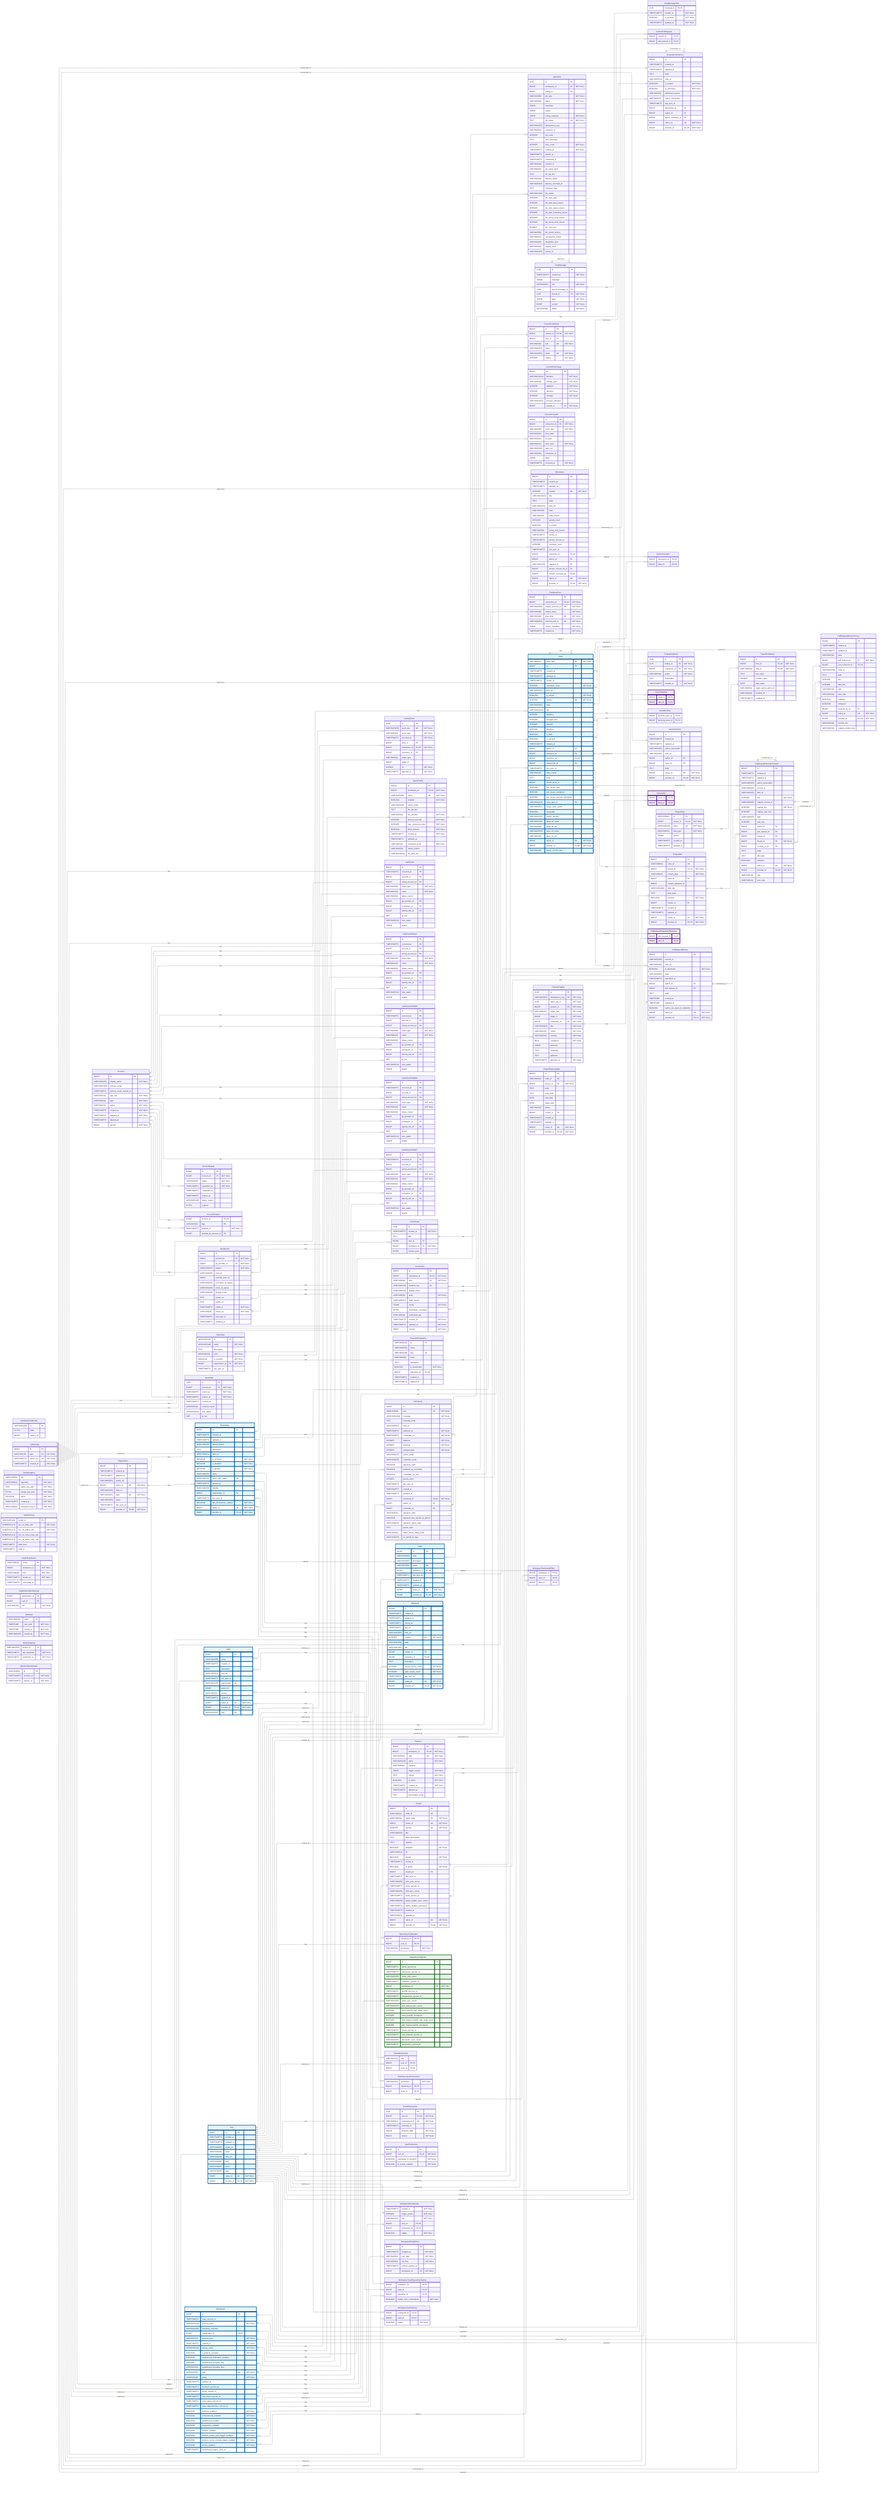
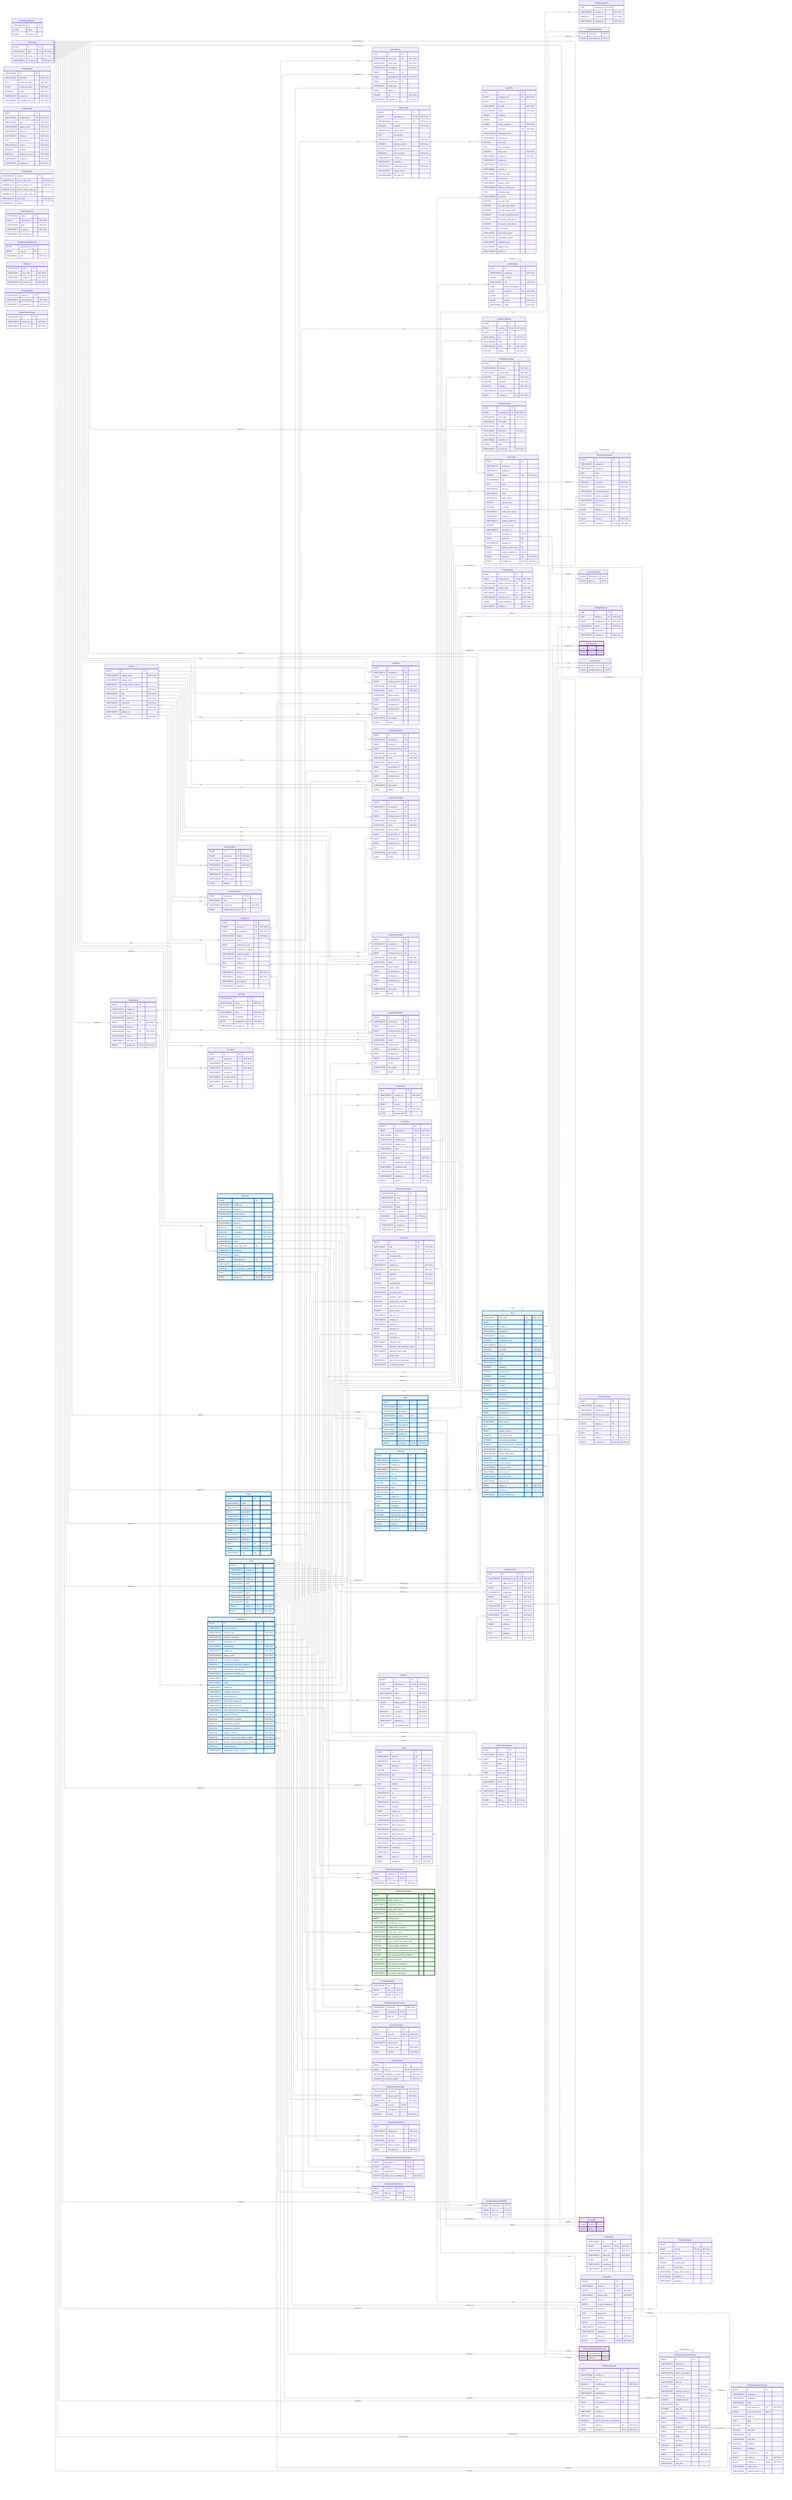
---
config:
    layout: elk
---
erDiagram
    %% Generated automatically from PostgreSQL database schema
    %% using scripts/generate-mermaid-erd.ts
    %% To regenerate: pnpm run db:generate-erd-docs

    direction LR

    Account {
        BIGINT id PK
        VARCHAR(255) display_name "NOT NULL"
        USER-DEFINED primary_email
        TIMESTAMPTZ primary_email_verified_at
        VARCHAR(16) app_role "NOT NULL"
        VARCHAR(16) type "NOT NULL"
        VARCHAR(16) status "NOT NULL"
        TIMESTAMPTZ created_at "NOT NULL"
        TIMESTAMPTZ updated_at "NOT NULL"
        TIMESTAMPTZ deleted_at
        BIGINT version "NOT NULL"
    }

    AccountExport {
        BIGINT id PK
        BIGINT account_id FK "NOT NULL"
        VARCHAR(16) status "NOT NULL"
        TIMESTAMPTZ requested_at "NOT NULL"
        TIMESTAMPTZ completed_at
        TIMESTAMPTZ expires_at
        VARCHAR(128) failure_reason
        BYTEA payload
    }

    AccountFeature {
        BIGINT account_id PK,FK
        VARCHAR(64) flag PK
        TIMESTAMPTZ enabled_at "NOT NULL"
        BIGINT enabled_by_account_id FK
    }

    ActivityEvent {
        UUID id PK
        VARCHAR(255) event_key UK "NOT NULL"
        VARCHAR(64) event_type "NOT NULL"
        TIMESTAMPTZ occurred_at "NOT NULL"
        BIGINT actor_id FK
        BIGINT workspace_id FK,UK "NOT NULL"
        BIGINT repository_id FK
        VARCHAR(32) target_type
        BIGINT target_id
        DOUBLE xp "NOT NULL"
        TIMESTAMPTZ ingested_at "NOT NULL"
    }

    AgentConfig {
        BIGINT id PK
        BIGINT workspace_id FK,UK "NOT NULL"
        VARCHAR(100) name UK "NOT NULL"
        BOOLEAN enabled "NOT NULL"
        VARCHAR(128) model_name
        TEXT llm_api_key
        VARCHAR(32) llm_provider "NOT NULL"
        INTEGER timeout_seconds "NOT NULL"
        INTEGER max_concurrent_jobs "NOT NULL"
        BOOLEAN allow_internet "NOT NULL"
        TIMESTAMPTZ created_at "NOT NULL"
        TIMESTAMPTZ updated_at
        VARCHAR(16) credential_mode "NOT NULL"
        VARCHAR(50) model_version
        VARCHAR(2048) llm_base_url
    }

    AgentJob {
        UUID id PK
        BIGINT workspace_id FK "NOT NULL"
        BIGINT config_id FK
        VARCHAR(50) job_type "NOT NULL"
        VARCHAR(20) status "NOT NULL"
        JSONB metadata
        JSONB output
        JSONB config_snapshot "NOT NULL"
        TEXT job_token UK "NOT NULL"
        VARCHAR(255) idempotency_key
        VARCHAR(64) container_id
        INTEGER exit_code
        TEXT error_message
        INTEGER retry_count "NOT NULL"
        TIMESTAMPTZ created_at "NOT NULL"
        TIMESTAMPTZ started_at
        TIMESTAMPTZ completed_at
        VARCHAR(64) network_id
        VARCHAR(64) job_token_hash
        TEXT llm_api_key
        VARCHAR(20) delivery_status
        VARCHAR(255) delivery_comment_id
        TEXT container_logs
        VARCHAR(100) llm_model
        INTEGER llm_total_calls
        INTEGER llm_total_input_tokens
        INTEGER llm_total_output_tokens
        INTEGER llm_total_reasoning_tokens
        INTEGER llm_cache_read_tokens
        INTEGER llm_cache_write_tokens
        DOUBLE llm_cost_usd
        VARCHAR(50) llm_model_version
        VARCHAR(32) cancellation_reason
        VARCHAR(48) integration_kind
        VARCHAR(48) subject_class
        VARCHAR(255) worker_id
    }

    AuthEvent {
        BIGINT id PK
        TIMESTAMPTZ occurred_at PK
        BIGINT account_id FK
        BIGINT acting_account_id FK
        VARCHAR(48) event_type "NOT NULL"
        VARCHAR(16) result "NOT NULL"
        VARCHAR(64) failure_reason
        BIGINT git_provider_id FK
        BIGINT workspace_id FK
        BIGINT identity_link_id FK
        INET ip_inet
        VARCHAR(512) user_agent
        JSONB details
    }

    AuthEventDefault {
        BIGINT id PK
        TIMESTAMPTZ occurred_at PK
        BIGINT account_id FK
        BIGINT acting_account_id FK
        VARCHAR(48) event_type "NOT NULL"
        VARCHAR(16) result "NOT NULL"
        VARCHAR(64) failure_reason
        BIGINT git_provider_id FK
        BIGINT workspace_id FK
        BIGINT identity_link_id FK
        INET ip_inet
        VARCHAR(512) user_agent
        JSONB details
    }

    AuthEventP202605 {
        BIGINT id PK
        TIMESTAMPTZ occurred_at PK
        BIGINT account_id FK
        BIGINT acting_account_id FK
        VARCHAR(48) event_type "NOT NULL"
        VARCHAR(16) result "NOT NULL"
        VARCHAR(64) failure_reason
        BIGINT git_provider_id FK
        BIGINT workspace_id FK
        BIGINT identity_link_id FK
        INET ip_inet
        VARCHAR(512) user_agent
        JSONB details
    }

    AuthEventP202606 {
        BIGINT id PK
        TIMESTAMPTZ occurred_at PK
        BIGINT account_id FK
        BIGINT acting_account_id FK
        VARCHAR(48) event_type "NOT NULL"
        VARCHAR(16) result "NOT NULL"
        VARCHAR(64) failure_reason
        BIGINT git_provider_id FK
        BIGINT workspace_id FK
        BIGINT identity_link_id FK
        INET ip_inet
        VARCHAR(512) user_agent
        JSONB details
    }

    AuthEventP202607 {
        BIGINT id PK
        TIMESTAMPTZ occurred_at PK
        BIGINT account_id FK
        BIGINT acting_account_id FK
        VARCHAR(48) event_type "NOT NULL"
        VARCHAR(16) result "NOT NULL"
        VARCHAR(64) failure_reason
        BIGINT git_provider_id FK
        BIGINT workspace_id FK
        BIGINT identity_link_id FK
        INET ip_inet
        VARCHAR(512) user_agent
        JSONB details
    }

    AuthRateLimitBucket {
        VARCHAR(255) id PK
        BYTEA state
        BIGINT expires_at
    }

    ChatMessage {
        UUID id PK
        TIMESTAMPTZ created_at "NOT NULL"
        JSONB metadata
        VARCHAR(16) role "NOT NULL"
        UUID parent_message_id FK
        UUID thread_id FK "NOT NULL"
        JSONB parts "NOT NULL"
        BIGINT version "NOT NULL"
        VARCHAR(16) status "NOT NULL"
    }

    ChatMessageVote {
        UUID message_id PK,FK
        TIMESTAMPTZ created_at "NOT NULL"
        BOOLEAN is_upvoted "NOT NULL"
        TIMESTAMPTZ updated_at "NOT NULL"
    }

    ChatThread {
        UUID id PK
        TIMESTAMPTZ created_at "NOT NULL"
        TEXT title
        BIGINT user_id FK
        BIGINT workspace_id FK "NOT NULL"
        BYTEA session_jsonl
    }

    CommitContributor {
        BIGINT id PK
        BIGINT commit_id FK,UK "NOT NULL"
        BIGINT user_id FK
        VARCHAR(32) role UK "NOT NULL"
        VARCHAR(255) name
        VARCHAR(255) email UK "NOT NULL"
        INTEGER ordinal "NOT NULL"
    }

    CommitFileChange {
        BIGINT id PK
        VARCHAR(1024) filename "NOT NULL"
        VARCHAR(32) change_type "NOT NULL"
        INTEGER additions "NOT NULL"
        INTEGER deletions "NOT NULL"
        INTEGER changes "NOT NULL"
        VARCHAR(1024) previous_filename
        BIGINT commit_id FK "NOT NULL"
    }

    CommitPullRequest {
        BIGINT commit_id PK,FK
        BIGINT pull_request_id PK,FK
    }

    Connection {
        BIGINT id PK
        BIGINT workspace_id FK,UK "NOT NULL"
        VARCHAR(48) kind UK "NOT NULL"
        VARCHAR(128) instance_key UK
        VARCHAR(256) display_name
        VARCHAR(32) state "NOT NULL"
        VARCHAR(512) state_reason
        JSONB config "NOT NULL"
        BYTEA credentials_encrypted
        VARCHAR(64) credentials_alg
        TIMESTAMPTZ created_at "NOT NULL"
        TIMESTAMPTZ updated_at "NOT NULL"
        BIGINT version "NOT NULL"
    }

    ConnectionAudit {
        BIGINT id PK
        BIGINT connection_id FK "NOT NULL"
        VARCHAR(48) event_type "NOT NULL"
        VARCHAR(32) from_state
        VARCHAR(32) to_state
        VARCHAR(32) actor_kind "NOT NULL"
        VARCHAR(256) actor_ref
        VARCHAR(64) correlation_id
        JSONB detail
        TIMESTAMPTZ occurred_at "NOT NULL"
    }

    Discussion {
        BIGINT id PK
        TIMESTAMPTZ created_at
        TIMESTAMPTZ updated_at
        INTEGER number UK "NOT NULL"
        VARCHAR(1024) title
        TEXT body
        VARCHAR(512) html_url
        VARCHAR(16) state
        VARCHAR(32) state_reason
        INTEGER upvote_count
        BOOLEAN is_locked
        VARCHAR(32) active_lock_reason
        TIMESTAMPTZ closed_at
        TIMESTAMPTZ answer_chosen_at
        INTEGER comment_count
        TIMESTAMPTZ last_sync_at
        BIGINT repository_id FK,UK
        BIGINT author_id FK
        VARCHAR(128) category_id FK
        BIGINT answer_chosen_by_id FK
        BIGINT answer_comment_id FK,UK
        BIGINT native_id UK "NOT NULL"
        BIGINT provider_id FK,UK "NOT NULL"
    }

    DiscussionCategory {
        VARCHAR(128) id PK
        VARCHAR(255) name
        VARCHAR(128) slug UK
        VARCHAR(32) emoji
        TEXT description
        BOOLEAN is_answerable "NOT NULL"
        BIGINT repository_id FK,UK
        TIMESTAMPTZ created_at
        TIMESTAMPTZ updated_at
    }

    DiscussionComment {
        BIGINT id PK
        TIMESTAMPTZ created_at
        TIMESTAMPTZ updated_at
        TEXT body
        VARCHAR(512) html_url
        BOOLEAN is_answer "NOT NULL"
        BOOLEAN is_minimized "NOT NULL"
        VARCHAR(64) minimized_reason
        VARCHAR(32) author_association
        TIMESTAMPTZ last_sync_at
        BIGINT discussion_id FK
        BIGINT author_id FK
        BIGINT parent_comment_id FK
        BIGINT native_id UK "NOT NULL"
        BIGINT provider_id FK,UK "NOT NULL"
    }

    DiscussionLabel {
        BIGINT discussion_id PK,FK
        BIGINT label_id PK,FK
    }

    FeedbackPost {
        BIGINT id PK
        BIGINT connection_id FK,UK "NOT NULL"
        VARCHAR(256) subject_external_id UK "NOT NULL"
        VARCHAR(48) subject_class "NOT NULL"
        VARCHAR(48) post_kind UK "NOT NULL"
        VARCHAR(256) external_post_id UK "NOT NULL"
        JSONB vendor_metadata "NOT NULL"
        TIMESTAMPTZ created_at "NOT NULL"
    }

    FindingFeedback {
        UUID id PK
        UUID finding_id FK "NOT NULL"
        BIGINT contributor_id FK "NOT NULL"
        VARCHAR(16) action "NOT NULL"
        TEXT explanation
        TIMESTAMPTZ created_at "NOT NULL"
    }

    GitCommit {
        BIGINT id PK
        VARCHAR(40) sha UK "NOT NULL"
        VARCHAR(1024) message "NOT NULL"
        TEXT message_body
        VARCHAR(512) html_url
        TIMESTAMPTZ authored_at "NOT NULL"
        TIMESTAMPTZ committed_at "NOT NULL"
        INTEGER additions "NOT NULL"
        INTEGER deletions "NOT NULL"
        INTEGER changed_files "NOT NULL"
        VARCHAR(255) author_email
        VARCHAR(255) committer_email
        BOOLEAN signature_valid
        BOOLEAN authored_by_committer
        BOOLEAN committed_via_web
        INTEGER parent_count
        TIMESTAMPTZ last_sync_at
        TIMESTAMPTZ created_at
        TIMESTAMPTZ updated_at
        BIGINT repository_id FK,UK "NOT NULL"
        BIGINT author_id FK
        BIGINT committer_id FK
        VARCHAR(32) signature_state
        BOOLEAN signature_was_signed_by_github
        VARCHAR(255) signature_signer_login
        TEXT parent_shas
        VARCHAR(32) status_check_rollup_state
        VARCHAR(255) on_behalf_of_login
    }

    GitProvider {
        BIGINT id PK
        VARCHAR(10) type UK "NOT NULL"
        VARCHAR(512) server_url UK "NOT NULL"
        TIMESTAMPTZ created_at "NOT NULL"
    }

    IdentityLink {
        BIGINT id PK
        BIGINT account_id FK "NOT NULL"
        BIGINT git_provider_id FK "NOT NULL"
        VARCHAR(255) subject "NOT NULL"
        VARCHAR(255) team_id
        BIGINT external_actor_id
        VARCHAR(255) username_at_signup
        VARCHAR(320) email_at_signup
        VARCHAR(255) display_name
        TEXT avatar_url
        TEXT profile_url
        TIMESTAMPTZ linked_at "NOT NULL"
        VARCHAR(16) linked_via "NOT NULL"
        TIMESTAMPTZ last_login_at
        TIMESTAMPTZ disabled_at
    }

    Issue {
        VARCHAR(31) issue_type UK "NOT NULL"
        BIGINT id PK
        TIMESTAMPTZ created_at
        TIMESTAMPTZ updated_at
        TIMESTAMPTZ closed_at
        INTEGER comments_count "NOT NULL"
        VARCHAR(255) html_url
        BOOLEAN is_locked "NOT NULL"
        INTEGER number UK "NOT NULL"
        VARCHAR(255) state
        VARCHAR(1024) title
        INTEGER additions
        INTEGER changed_files
        INTEGER commits
        INTEGER deletions
        BOOLEAN is_draft
        BOOLEAN is_merged
        TIMESTAMPTZ merged_at
        BIGINT author_id FK
        BIGINT milestone_id FK
        BIGINT repository_id FK,UK
        BIGINT merged_by_id FK
        TIMESTAMPTZ last_sync_at
        VARCHAR(32) state_reason
        TEXT body
        BIGINT parent_issue_id FK
        INTEGER sub_issues_total
        INTEGER sub_issues_completed
        INTEGER sub_issues_percent_completed
        VARCHAR(128) issue_type_id FK
        VARCHAR(255) merge_state_status
        BOOLEAN mergeable
        VARCHAR(255) review_decision
        VARCHAR(255) head_ref_name
        VARCHAR(40) head_ref_oid
        VARCHAR(255) base_ref_name
        VARCHAR(40) base_ref_oid
        BIGINT native_id UK "NOT NULL"
        BIGINT provider_id FK,UK "NOT NULL"
        VARCHAR(40) merge_commit_sha
    }

    IssueAssignee {
        BIGINT issue_id PK,FK
        BIGINT user_id PK,FK
    }

    IssueBlocking {
        BIGINT blocked_issue_id PK,FK
        BIGINT blocking_issue_id PK,FK
    }

    IssueComment {
        BIGINT id PK
        TIMESTAMPTZ created_at
        TIMESTAMPTZ updated_at
        VARCHAR(255) author_association
        VARCHAR(255) html_url
        BIGINT author_id FK
        BIGINT issue_id FK
        TEXT body
        BIGINT native_id UK "NOT NULL"
        BIGINT provider_id FK,UK "NOT NULL"
    }

    IssueLabel {
        BIGINT issue_id PK,FK
        BIGINT label_id PK,FK
    }

    IssueType {
        VARCHAR(128) id PK
        VARCHAR(128) name "NOT NULL"
        TEXT description
        VARCHAR(20) color "NOT NULL"
        BOOLEAN is_enabled "NOT NULL"
        BIGINT organization_id FK "NOT NULL"
        TIMESTAMPTZ last_sync_at
    }

    IssuedJwt {
        UUID jti PK
        BIGINT account_id FK "NOT NULL"
        TIMESTAMPTZ issued_at "NOT NULL"
        TIMESTAMPTZ expires_at "NOT NULL"
        TIMESTAMPTZ revoked_at
        VARCHAR(32) revoked_reason
        VARCHAR(512) user_agent
        INET ip_inet
    }

    JwtSigningKey {
        VARCHAR(64) kid PK
        VARCHAR(16) algorithm "NOT NULL"
        TEXT public_key_pem "NOT NULL"
        BYTEA private_key_pem "NOT NULL"
        BOOLEAN active "NOT NULL"
        TIMESTAMPTZ created_at "NOT NULL"
        VARCHAR(64) encryption_key_id "NOT NULL"
    }

    Label {
        BIGINT id PK
        VARCHAR(255) color
        VARCHAR(255) description
        VARCHAR(255) name UK
        BIGINT repository_id FK,UK
        TIMESTAMPTZ last_sync_at
        TIMESTAMPTZ created_at
        TIMESTAMPTZ updated_at
        BIGINT native_id UK "NOT NULL"
        BIGINT provider_id FK,UK "NOT NULL"
+     }
+ 
+     LoginProvider {
+         BIGINT id PK
+         VARCHAR(64) registration_id UK "NOT NULL"
+         VARCHAR(10) type UK "NOT NULL"
+         VARCHAR(255) display_name "NOT NULL"
+         VARCHAR(512) base_url UK "NOT NULL"
+         VARCHAR(512) client_id "NOT NULL"
+         TEXT client_secret "NOT NULL"
+         VARCHAR(512) scopes "NOT NULL"
+         BOOLEAN enabled "NOT NULL"
+         BOOLEAN seeded_from_env "NOT NULL"
+         TIMESTAMPTZ created_at "NOT NULL"
+         TIMESTAMPTZ updated_at "NOT NULL"
    }

    Milestone {
        BIGINT id PK
        TIMESTAMPTZ created_at
        TIMESTAMPTZ updated_at
        TIMESTAMPTZ closed_at
        TIMESTAMPTZ due_on
        VARCHAR(255) html_url
        INTEGER number UK "NOT NULL"
        VARCHAR(255) state
        VARCHAR(255) title
        BIGINT creator_id FK
        BIGINT repository_id FK,UK
        TEXT description
        INTEGER closed_issues_count "NOT NULL"
        INTEGER open_issues_count "NOT NULL"
        TIMESTAMPTZ last_sync_at
        BIGINT native_id UK "NOT NULL"
        BIGINT provider_id FK,UK "NOT NULL"
    }

    ModelPricing {
        VARCHAR(128) model_id PK
        NUMERIC(12,6) per_1k_input_usd "NOT NULL"
        NUMERIC(12,6) per_1k_output_usd "NOT NULL"
        NUMERIC(12,6) per_1k_cache_read_usd
        NUMERIC(12,6) per_1k_cache_write_usd
        TIMESTAMPTZ valid_from "NOT NULL"
        TIMESTAMPTZ valid_to
    }

    OauthStateNonce {
        VARCHAR(32) nonce PK
        BIGINT workspace_id "NOT NULL"
        VARCHAR(48) kind "NOT NULL"
        TIMESTAMPTZ issued_at "NOT NULL"
        TIMESTAMPTZ consumed_at
    }

    Organization {
        BIGINT id PK
        TIMESTAMPTZ created_at
        TIMESTAMPTZ updated_at
        VARCHAR(255) avatar_url
        BIGINT native_id UK "NOT NULL"
        VARCHAR(255) html_url
        VARCHAR(255) login UK "NOT NULL"
        VARCHAR(255) name
        TIMESTAMPTZ last_sync_at
        BIGINT provider_id FK,UK "NOT NULL"
    }

    OrganizationMembership {
        BIGINT organization_id PK
        BIGINT user_id PK
        VARCHAR(32) role "NOT NULL"
    }

    Practice {
        BIGINT id PK
        BIGINT workspace_id FK,UK "NOT NULL"
        VARCHAR(64) slug UK "NOT NULL"
        VARCHAR(128) name "NOT NULL"
        VARCHAR(64) category
        JSONB trigger_events "NOT NULL"
        TEXT criteria "NOT NULL"
        BOOLEAN is_active "NOT NULL"
        TIMESTAMPTZ created_at "NOT NULL"
        TIMESTAMPTZ updated_at
        TEXT precompute_script
    }

    PracticeFinding {
        UUID id PK
        VARCHAR(255) idempotency_key UK "NOT NULL"
        UUID agent_job_id "NOT NULL"
        BIGINT practice_id FK "NOT NULL"
        VARCHAR(32) target_type "NOT NULL"
        BIGINT target_id "NOT NULL"
        BIGINT contributor_id FK "NOT NULL"
        VARCHAR(255) title "NOT NULL"
        VARCHAR(16) verdict "NOT NULL"
        VARCHAR(16) severity "NOT NULL"
        REAL confidence "NOT NULL"
        JSONB evidence
        TEXT reasoning
        TEXT guidance
        TIMESTAMPTZ detected_at "NOT NULL"
    }

    Project {
        BIGINT id PK
        VARCHAR(64) node_id UK
        VARCHAR(32) owner_type UK "NOT NULL"
        BIGINT owner_id UK "NOT NULL"
        INTEGER number UK "NOT NULL"
        VARCHAR(256) title
        TEXT short_description
        TEXT readme
        BOOLEAN template "NOT NULL"
        VARCHAR(512) url
        BOOLEAN closed "NOT NULL"
        TIMESTAMPTZ closed_at
        BOOLEAN is_public "NOT NULL"
        BIGINT creator_id FK
        TIMESTAMPTZ last_sync_at
        VARCHAR(256) item_sync_cursor
        TIMESTAMPTZ items_synced_at
        VARCHAR(256) field_sync_cursor
        TIMESTAMPTZ fields_synced_at
        VARCHAR(256) status_update_sync_cursor
        TIMESTAMPTZ status_updates_synced_at
        TIMESTAMPTZ created_at
        TIMESTAMPTZ updated_at
        BIGINT native_id UK "NOT NULL"
        BIGINT provider_id FK,UK "NOT NULL"
    }

    ProjectField {
        VARCHAR(64) id PK
        BIGINT project_id FK,UK "NOT NULL"
        VARCHAR(256) name UK "NOT NULL"
        VARCHAR(32) data_type "NOT NULL"
        JSONB options
        TIMESTAMPTZ created_at
        TIMESTAMPTZ updated_at
    }

    ProjectFieldValue {
        BIGINT id PK
        BIGINT item_id FK,UK "NOT NULL"
        VARCHAR(64) field_id FK,UK "NOT NULL"
        TEXT text_value
        DOUBLE number_value
        DATE date_value
        VARCHAR(64) single_select_option_id
        VARCHAR(64) iteration_id
        TIMESTAMPTZ updated_at
    }

    ProjectItem {
        BIGINT id PK
        VARCHAR(64) node_id UK
        BIGINT project_id FK,UK "NOT NULL"
        VARCHAR(32) content_type "NOT NULL"
        BIGINT issue_id FK
        BIGINT content_database_id
        VARCHAR(1024) draft_title
        TEXT draft_body
        BOOLEAN archived "NOT NULL"
        BIGINT creator_id FK
        TIMESTAMPTZ created_at
        TIMESTAMPTZ updated_at
        BIGINT native_id UK "NOT NULL"
        BIGINT provider_id FK,UK "NOT NULL"
    }

    ProjectStatusUpdate {
        BIGINT id PK
        VARCHAR(64) node_id UK
        BIGINT project_id FK "NOT NULL"
        TEXT body
        TEXT body_html
        DATE start_date
        DATE target_date
        VARCHAR(32) status
        BIGINT creator_id FK
        TIMESTAMPTZ created_at
        TIMESTAMPTZ updated_at
        BIGINT native_id UK "NOT NULL"
        BIGINT provider_id FK,UK "NOT NULL"
    }

    PullRequestRequestedReviewer {
        BIGINT pull_request_id PK,FK
        BIGINT user_id PK,FK
    }

    PullRequestReview {
        BIGINT id PK
        VARCHAR(255) commit_id
        VARCHAR(255) html_url
        BOOLEAN is_dismissed "NOT NULL"
        VARCHAR(255) state
        TIMESTAMPTZ submitted_at
        BIGINT author_id FK
        BIGINT pull_request_id FK
        TEXT body
        TIMESTAMP created_at
        TIMESTAMP updated_at
        BOOLEAN author_can_push_to_repository
        BIGINT native_id UK "NOT NULL"
        BIGINT provider_id FK,UK "NOT NULL"
    }

    PullRequestReviewComment {
        BIGINT id PK
        TIMESTAMPTZ created_at
        TIMESTAMPTZ updated_at
        VARCHAR(255) author_association
        VARCHAR(255) commit_id
        VARCHAR(255) html_url
        INTEGER line "NOT NULL"
        VARCHAR(255) original_commit_id
        INTEGER original_line "NOT NULL"
        INTEGER original_start_line
        VARCHAR(255) path
        INTEGER start_line
        BIGINT author_id FK
        BIGINT pull_request_id FK
        BIGINT review_id FK
        BIGINT thread_id FK "NOT NULL"
        BIGINT in_reply_to_id FK
        TEXT body
        TEXT diff_hunk
        BOOLEAN outdated
        BIGINT native_id UK "NOT NULL"
        BIGINT provider_id FK,UK "NOT NULL"
        VARCHAR(16) side
        VARCHAR(16) start_side
    }

    PullRequestReviewThread {
        BIGINT id PK
        TIMESTAMPTZ created_at
        TIMESTAMPTZ updated_at
        VARCHAR(20) state
        BIGINT pull_request_id FK "NOT NULL"
        BIGINT root_comment_id FK,UK
        VARCHAR(128) node_id
        TEXT path
        INTEGER line
        INTEGER start_line
        VARCHAR(16) side
        VARCHAR(16) start_side
        BOOLEAN outdated
        BOOLEAN collapsed
        BIGINT resolved_by_id FK
        BIGINT native_id UK "NOT NULL"
        BIGINT provider_id FK,UK "NOT NULL"
        VARCHAR(64) commit_sha
        VARCHAR(64) original_commit_sha
    }

    Repository {
        BIGINT id PK
        TIMESTAMPTZ created_at
        TIMESTAMPTZ updated_at
        VARCHAR(255) default_branch
        TEXT description
        VARCHAR(512) html_url
        BOOLEAN is_archived "NOT NULL"
        BOOLEAN is_disabled "NOT NULL"
        BOOLEAN is_private "NOT NULL"
        VARCHAR(255) name
        VARCHAR(150) name_with_owner UK
        TIMESTAMPTZ pushed_at
        VARCHAR(255) visibility
        BIGINT organization_id FK
        TIMESTAMPTZ last_sync_at
        BOOLEAN has_discussions_enabled "NOT NULL"
        BIGINT native_id UK "NOT NULL"
        BIGINT provider_id FK,UK "NOT NULL"
    }

    RepositoryCollaborator {
        BIGINT repository_id PK,FK
        BIGINT user_id PK,FK
        VARCHAR(32) permission "NOT NULL"
    }

    RepositoryToMonitor {
        BIGINT id PK
        TIMESTAMPTZ labels_synced_at
        TIMESTAMPTZ milestones_synced_at
        VARCHAR(255) name_with_owner
        TIMESTAMPTZ repository_synced_at
        BIGINT workspace_id FK "NOT NULL"
        TIMESTAMPTZ backfill_last_run_at
        TIMESTAMPTZ collaborators_synced_at
        VARCHAR(255) issue_sync_cursor
        VARCHAR(255) pull_request_sync_cursor
        INTEGER issue_backfill_high_water_mark
        INTEGER issue_backfill_checkpoint
        INTEGER pull_request_backfill_high_water_mark
        INTEGER pull_request_backfill_checkpoint
        TIMESTAMPTZ issues_synced_at
        TIMESTAMPTZ pull_requests_synced_at
        VARCHAR(255) discussion_sync_cursor
        TIMESTAMPTZ discussions_synced_at
    }

    Shedlock {
        VARCHAR(64) name PK
        TIMESTAMP lock_until "NOT NULL"
        TIMESTAMP locked_at "NOT NULL"
        VARCHAR(255) locked_by "NOT NULL"
    }

    Team {
        BIGINT id PK
        VARCHAR(255) name
        TIMESTAMPTZ created_at
        TEXT description
        VARCHAR(512) html_url
        TIMESTAMPTZ last_sync_at
        VARCHAR(255) organization UK
        BIGINT parent_id
        VARCHAR(32) privacy
        TIMESTAMPTZ updated_at
        BIGINT native_id UK "NOT NULL"
        BIGINT provider_id FK,UK "NOT NULL"
        VARCHAR(512) slug UK
    }

    TeamMembership {
        VARCHAR(32) role
        BIGINT user_id PK,FK
        BIGINT team_id PK,FK
    }

    TeamRepositoryPermission {
        VARCHAR(32) permission "NOT NULL"
        BIGINT repository_id PK,FK
        BIGINT team_id PK,FK
    }

    User {
        BIGINT id PK
        TIMESTAMPTZ created_at
        TIMESTAMPTZ updated_at
        VARCHAR(255) avatar_url
        VARCHAR(255) email
        VARCHAR(255) html_url
        VARCHAR(255) login
        VARCHAR(255) name
        VARCHAR(255) type
        BIGINT native_id UK "NOT NULL"
        BIGINT provider_id FK,UK "NOT NULL"
    }

    UserAchievement {
        UUID id PK
        BIGINT user_id FK,UK "NOT NULL"
        VARCHAR(64) achievement_id UK "NOT NULL"
        TIMESTAMPTZ unlocked_at
        JSONB progress_data "NOT NULL"
        BIGINT version "NOT NULL"
    }

    UserPreference {
        BIGINT id PK
        BIGINT user_id FK,UK "NOT NULL"
        BOOLEAN participate_in_research "NOT NULL"
        BOOLEAN ai_review_enabled "NOT NULL"
    }

    WorkerRegistry {
        VARCHAR(255) worker_id PK
        TIMESTAMPTZ last_heartbeat "NOT NULL"
        TIMESTAMPTZ registered_at "NOT NULL"
    }

    WorkerTokenDenylist {
        VARCHAR(64) jti PK
        TIMESTAMPTZ revoked_at "NOT NULL"
        TIMESTAMPTZ expires_at "NOT NULL"
    }

    Workspace {
        BIGINT id PK
        TIMESTAMPTZ users_synced_at
        VARCHAR(120) account_login "NOT NULL"
        VARCHAR(255) repository_selection
        BIGINT organization_id FK,UK
        VARCHAR(10) account_type "NOT NULL"
        TIMESTAMPTZ created_at "NOT NULL"
        VARCHAR(120) display_name "NOT NULL"
        BOOLEAN is_publicly_viewable "NOT NULL"
        BOOLEAN leaderboard_notification_enabled
        INTEGER leaderboard_schedule_day
        VARCHAR(10) leaderboard_schedule_time
        VARCHAR(64) slug UK "NOT NULL"
        VARCHAR(20) status "NOT NULL"
        TIMESTAMPTZ updated_at
        TIMESTAMPTZ members_synced_at
        TIMESTAMPTZ teams_synced_at
        TIMESTAMPTZ sub_issues_synced_at
        TIMESTAMPTZ issue_types_synced_at
        TIMESTAMPTZ issue_dependencies_synced_at
        BOOLEAN practices_enabled "NOT NULL"
        BOOLEAN achievements_enabled "NOT NULL"
        BOOLEAN leaderboard_enabled "NOT NULL"
        BOOLEAN progression_enabled "NOT NULL"
        BOOLEAN leagues_enabled "NOT NULL"
        BOOLEAN practice_review_auto_trigger_enabled "NOT NULL"
        BOOLEAN practice_review_manual_trigger_enabled "NOT NULL"
        BOOLEAN mentor_enabled "NOT NULL"
        TIMESTAMPTZ leaderboard_league_cycle_at
    }

    WorkspaceMembership {
        TIMESTAMPTZ created_at "NOT NULL"
        INTEGER league_points "NOT NULL"
        VARCHAR(16) role "NOT NULL"
        BIGINT user_id PK,FK
        BIGINT workspace_id PK,FK
        BOOLEAN hidden "NOT NULL"
    }

    WorkspaceSlugHistory {
        BIGINT id PK
        TIMESTAMPTZ changed_at "NOT NULL"
        VARCHAR(64) new_slug "NOT NULL"
        VARCHAR(64) old_slug "NOT NULL"
        TIMESTAMPTZ redirect_expires_at
        BIGINT workspace_id FK "NOT NULL"
    }

    WorkspaceTeamLabelFilter {
        BIGINT workspace_id PK,FK
        BIGINT team_id PK,FK
        BIGINT label_id PK,FK
    }

    WorkspaceTeamRepositorySetting {
        BIGINT workspace_id PK,FK
        BIGINT team_id PK,FK
        BIGINT repository_id PK,FK
        BOOLEAN hidden_from_contributions "NOT NULL"
    }

    WorkspaceTeamSetting {
        BIGINT workspace_id PK,FK
        BIGINT team_id PK,FK
        BOOLEAN hidden "NOT NULL"
    }

    %% Relationships
    %% One-to-One relationships
    Workspace ||--|| ActivityEvent : has
    Workspace ||--|| AgentConfig : has
    ChatMessage ||--|| ChatMessageVote : has
    GitCommit ||--|| CommitContributor : has
    Workspace ||--|| Connection : has
    DiscussionComment ||--|| Discussion : references
    GitProvider ||--|| Discussion : references
    Repository ||--|| Discussion : has
    Repository ||--|| DiscussionCategory : has
    GitProvider ||--|| DiscussionComment : commented_on
    Connection ||--|| FeedbackPost : has
    Repository ||--|| GitCommit : has
    GitProvider ||--|| Issue : references
    Repository ||--|| Issue : has
    GitProvider ||--|| IssueComment : commented_on
    GitProvider ||--|| Label : labeled
    Repository ||--|| Label : labeled
    GitProvider ||--|| Milestone : references
    Repository ||--|| Milestone : has
    GitProvider ||--|| Organization : references
    Workspace ||--|| Practice : has
    GitProvider ||--|| Project : references
    Project ||--|| ProjectField : has
    ProjectField ||--|| ProjectFieldValue : has
    ProjectItem ||--|| ProjectFieldValue : has
    Project ||--|| ProjectItem : has
    GitProvider ||--|| ProjectItem : references
    GitProvider ||--|| ProjectStatusUpdate : references
    GitProvider ||--|| PullRequestReview : reviewed
    GitProvider ||--|| PullRequestReviewComment : commented_on
    GitProvider ||--|| PullRequestReviewThread : reviewed
    PullRequestReviewComment ||--|| PullRequestReviewThread : reviewed
    GitProvider ||--|| Repository : references
    GitProvider ||--|| Team : references
    GitProvider ||--|| User : references
    User ||--|| UserAchievement : has
    User ||--|| UserPreference : has
    Organization ||--|| Workspace : has
    User ||--|| WorkspaceMembership : belongs_to
    Workspace ||--|| WorkspaceMembership : belongs_to

    %% One-to-Many relationships
    Account ||--o{ AccountExport : has
    User ||--o{ ActivityEvent : references
    Repository ||--o{ ActivityEvent : has
    AgentConfig ||--o{ AgentJob : has
    Workspace ||--o{ AgentJob : has
    Account ||--o{ AuthEvent : has
    Account ||--o{ AuthEvent : has
    GitProvider ||--o{ AuthEvent : has
    IdentityLink ||--o{ AuthEvent : has
    Workspace ||--o{ AuthEvent : has
    Account ||--o{ AuthEventDefault : has
    Account ||--o{ AuthEventDefault : has
    GitProvider ||--o{ AuthEventDefault : has
    IdentityLink ||--o{ AuthEventDefault : has
    Workspace ||--o{ AuthEventDefault : has
    Account ||--o{ AuthEventP202605 : has
    Account ||--o{ AuthEventP202605 : has
    GitProvider ||--o{ AuthEventP202605 : has
    IdentityLink ||--o{ AuthEventP202605 : has
    Workspace ||--o{ AuthEventP202605 : has
    Account ||--o{ AuthEventP202606 : has
    Account ||--o{ AuthEventP202606 : has
    GitProvider ||--o{ AuthEventP202606 : has
    IdentityLink ||--o{ AuthEventP202606 : has
    Workspace ||--o{ AuthEventP202606 : has
    Account ||--o{ AuthEventP202607 : has
    Account ||--o{ AuthEventP202607 : has
    GitProvider ||--o{ AuthEventP202607 : has
    IdentityLink ||--o{ AuthEventP202607 : has
    Workspace ||--o{ AuthEventP202607 : has
    ChatMessage ||--o{ ChatMessage : references
    ChatThread ||--o{ ChatMessage : has
    User ||--o{ ChatThread : has
    Workspace ||--o{ ChatThread : has
    User ||--o{ CommitContributor : has
    GitCommit ||--o{ CommitFileChange : has
    Connection ||--o{ ConnectionAudit : has
    User ||--o{ Discussion : references
    User ||--o{ Discussion : authored_by
    DiscussionCategory ||--o{ Discussion : has
    User ||--o{ DiscussionComment : commented_on
    Discussion ||--o{ DiscussionComment : commented_on
    DiscussionComment ||--o{ DiscussionComment : commented_on
    User ||--o{ FindingFeedback : references
    PracticeFinding ||--o{ FindingFeedback : has
    User ||--o{ GitCommit : authored_by
    User ||--o{ GitCommit : references
    Account ||--o{ IdentityLink : has
    GitProvider ||--o{ IdentityLink : has
    User ||--o{ Issue : authored_by
    IssueType ||--o{ Issue : has
    User ||--o{ Issue : merged_by
    Milestone ||--o{ Issue : has
    Issue ||--o{ Issue : has
    User ||--o{ IssueComment : commented_on
    Issue ||--o{ IssueComment : commented_on
    Organization ||--o{ IssueType : has
    Account ||--o{ IssuedJwt : has
    User ||--o{ Milestone : created_by
    User ||--o{ PracticeFinding : references
    Practice ||--o{ PracticeFinding : has
    User ||--o{ Project : created_by
    User ||--o{ ProjectItem : created_by
    Issue ||--o{ ProjectItem : has
    User ||--o{ ProjectStatusUpdate : created_by
    Project ||--o{ ProjectStatusUpdate : has
    User ||--o{ PullRequestReview : reviewed
    Issue ||--o{ PullRequestReview : reviewed
    User ||--o{ PullRequestReviewComment : commented_on
    PullRequestReviewComment ||--o{ PullRequestReviewComment : commented_on
    Issue ||--o{ PullRequestReviewComment : commented_on
    PullRequestReview ||--o{ PullRequestReviewComment : commented_on
    PullRequestReviewThread ||--o{ PullRequestReviewComment : commented_on
    Issue ||--o{ PullRequestReviewThread : reviewed
    User ||--o{ PullRequestReviewThread : reviewed
    Organization ||--o{ Repository : has
    Workspace ||--o{ RepositoryToMonitor : monitors
    Workspace ||--o{ WorkspaceSlugHistory : has

    %% Many-to-Many relationships
    Account }o--o{ AccountFeature : has
    Account }o--o{ AccountFeature : has
    GitCommit }o--o{ CommitPullRequest : has
    Issue }o--o{ CommitPullRequest : references
    Discussion }o--o{ DiscussionLabel : labeled
    Label }o--o{ DiscussionLabel : labeled
    Issue }o--o{ IssueAssignee : assigned_to
    User }o--o{ IssueAssignee : assigned_to
    Issue }o--o{ IssueBlocking : has
    Issue }o--o{ IssueBlocking : has
    Issue }o--o{ IssueLabel : labeled
    Label }o--o{ IssueLabel : labeled
    Issue }o--o{ PullRequestRequestedReviewer : reviewed
    User }o--o{ PullRequestRequestedReviewer : reviewed
    Repository }o--o{ RepositoryCollaborator : has
    User }o--o{ RepositoryCollaborator : has
    Team }o--o{ TeamMembership : belongs_to
    User }o--o{ TeamMembership : belongs_to
    Repository }o--o{ TeamRepositoryPermission : has
    Team }o--o{ TeamRepositoryPermission : has
    Label }o--o{ WorkspaceTeamLabelFilter : labeled
    Team }o--o{ WorkspaceTeamLabelFilter : labeled
    Workspace }o--o{ WorkspaceTeamLabelFilter : labeled
    Repository }o--o{ WorkspaceTeamRepositorySetting : has
    Team }o--o{ WorkspaceTeamRepositorySetting : has
    Workspace }o--o{ WorkspaceTeamRepositorySetting : has
    Team }o--o{ WorkspaceTeamSetting : has
    Workspace }o--o{ WorkspaceTeamSetting : has

    %% Styling
    classDef primaryEntity fill:#e1f5fe,stroke:#01579b,stroke-width:2px
    classDef associationEntity fill:#f3e5f5,stroke:#4a148c,stroke-width:2px
    classDef metadataEntity fill:#e8f5e8,stroke:#1b5e20,stroke-width:2px

    class Issue primaryEntity
    class IssueAssignee associationEntity
    class IssueLabel associationEntity
    class Label primaryEntity
    class Milestone primaryEntity
    class PullRequestRequestedReviewer associationEntity
    class Repository primaryEntity
    class RepositoryToMonitor metadataEntity
    class Team primaryEntity
    class User primaryEntity
    class Workspace primaryEntity
